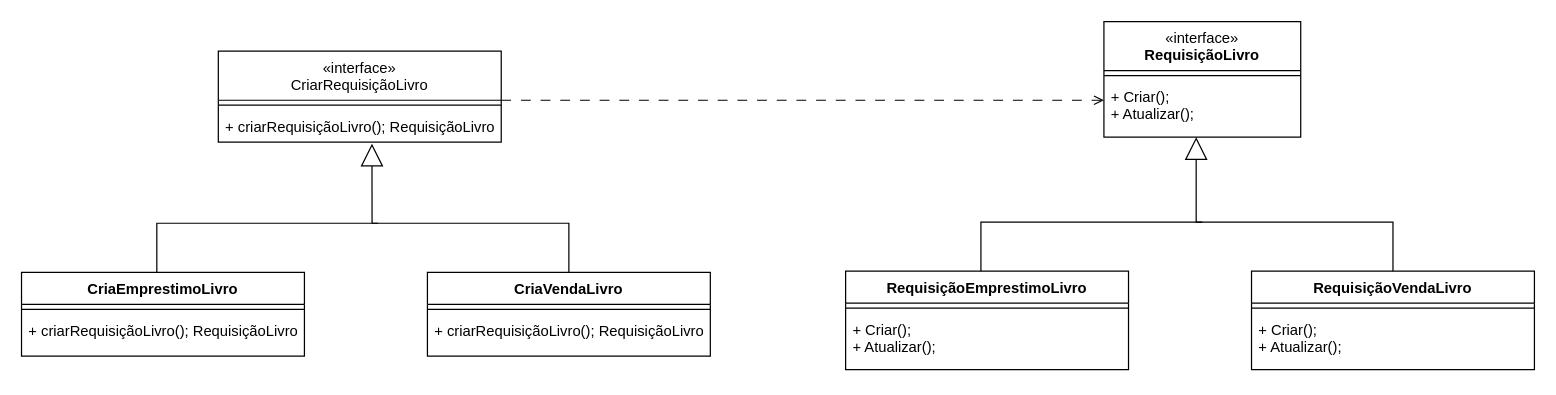
Above: Diagrama de Classes DesignPaternnUMC.drawio in TeteuzinTeixeira/DeisgnPatternUMC (draw.io), before the change. Source tidied: cells renumbered, new cells numbered last; positions are measured from the earlier drawing's top-left corner, leaving out a move shared by most shapes. Both pictures are drawn from the tidied source at 123%, with x=0, y=0 at pixel (21, 21).
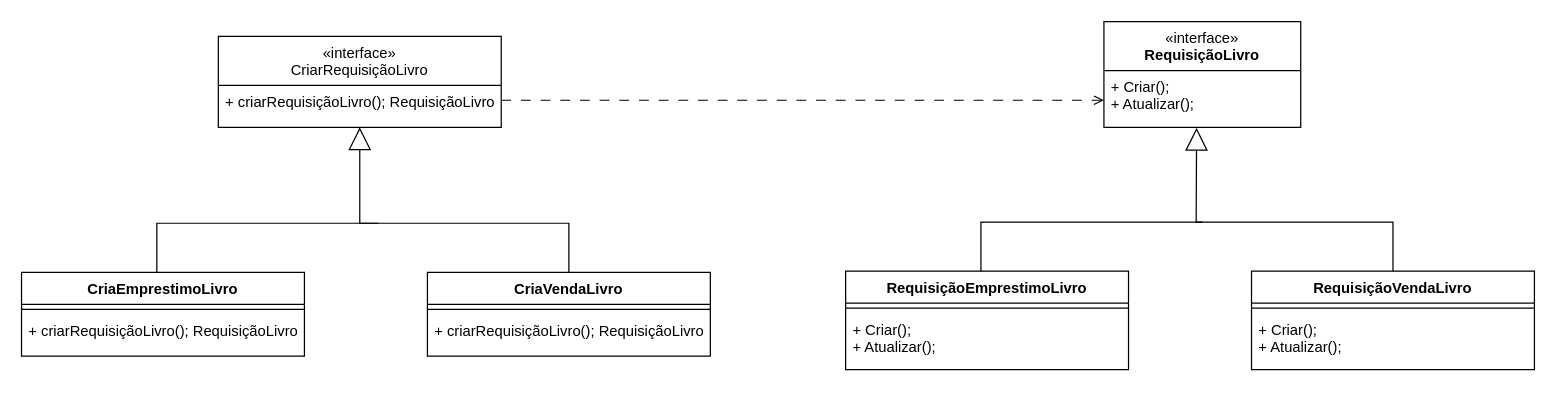
After the change.

Unchanged cells that the change refers to:
```xml
<mxCell id="12" value="CriaVendaLivro" style="swimlane;fontStyle=1;align=center;verticalAlign=top;horizontal=1;startSize=26;whiteSpace=wrap;html=1;" parent="1" vertex="1">
  <mxGeometry x="330" y="204" width="230" height="68" as="geometry" />
</mxCell>
<mxCell id="20" value="RequisiçãoVendaLivro" style="swimlane;fontStyle=1;align=center;verticalAlign=top;horizontal=1;startSize=26;whiteSpace=wrap;html=1;" parent="1" vertex="1">
  <mxGeometry x="1000" y="203" width="230" height="80" as="geometry" />
</mxCell>
```

What changed in the source:
```diff
@@
     <mxCell id="3" value="«interface»&#10;CriarRequisiçãoLivro" style="swimlane;fontStyle=0;align=center;verticalAlign=top;horizontal=1;startSize=40;rounded=0;shadow=0;strokeWidth=1;" parent="1" vertex="1">
-      <mxGeometry x="160" y="24" width="230" height="74" as="geometry" />
+      <mxGeometry x="160" y="12" width="230" height="74" as="geometry" />
     </mxCell>
-    <mxCell id="4" style="line;html=1;strokeWidth=1;align=left;verticalAlign=middle;spacingTop=-1;spacingLeft=3;spacingRight=3;labelPosition=right;" parent="3" vertex="1">
-      <mxGeometry y="40" width="230" height="8" as="geometry" />
-    </mxCell>
     <mxCell id="5" value="+ criarRequisiçãoLivro(); RequisiçãoLivro" style="text;align=left;verticalAlign=top;spacingLeft=4;spacingRight=4;overflow=hidden;points=[[0,0.5],[1,0.5]];portConstraint=eastwest;" parent="3" vertex="1">
-      <mxGeometry y="48" width="230" height="26" as="geometry" />
+      <mxGeometry y="40" width="230" height="26" as="geometry" />
     </mxCell>
     <mxCell id="6" value="&lt;span style=&quot;font-weight: 400;&quot;&gt;«interface»&lt;/span&gt;&lt;div&gt;RequisiçãoLivro&lt;/div&gt;" style="swimlane;fontStyle=1;align=center;verticalAlign=top;horizontal=1;startSize=40;whiteSpace=wrap;html=1;" parent="1" vertex="1">
-      <mxGeometry x="880" width="160" height="94" as="geometry" />
+      <mxGeometry x="880" width="160" height="86" as="geometry" />
     </mxCell>
-    <mxCell id="7" style="line;strokeWidth=1;fillColor=none;align=left;verticalAlign=middle;spacingTop=-1;spacingLeft=3;spacingRight=3;labelPosition=right;strokeColor=inherit;" parent="6" vertex="1">
-      <mxGeometry y="40" width="160" height="8" as="geometry" />
-    </mxCell>
     <mxCell id="8" value="+ Criar();&lt;div&gt;+ Atualizar();&lt;/div&gt;" style="text;strokeColor=none;fillColor=none;align=left;verticalAlign=top;spacingLeft=4;spacingRight=4;overflow=hidden;points=[[0,0.5],[1,0.5]];portConstraint=eastwest;whiteSpace=wrap;html=1;" parent="6" vertex="1">
-      <mxGeometry y="48" width="160" height="46" as="geometry" />
+      <mxGeometry y="40" width="160" height="46" as="geometry" />
     </mxCell>
@@
-    <mxCell id="15" style="endArrow=block;endSize=16;endFill=0;html=1;rounded=0;exitX=0.5;exitY=0;exitDx=0;exitDy=0;entryX=0.543;entryY=1.049;entryDx=0;entryDy=0;entryPerimeter=0;" parent="1" edge="1" source="12" target="5">
+    <mxCell id="15" style="endArrow=block;endSize=16;endFill=0;html=1;rounded=0;exitX=0.5;exitY=0;exitDx=0;exitDy=0;entryX=0.5;entryY=1;entryDx=0;entryDy=0;" parent="1" edge="1" source="12" target="3">
       <mxGeometry relative="1" as="geometry">
         <Array as="points">
           <mxPoint x="445" y="164" />
-          <mxPoint x="285" y="164" />
+          <mxPoint x="275" y="164" />
         </Array>
       </mxGeometry>
     </mxCell>
@@
-    <mxCell id="23" style="endArrow=block;endSize=16;endFill=0;html=1;rounded=0;exitX=0.5;exitY=0;exitDx=0;exitDy=0;entryX=0.543;entryY=1.049;entryDx=0;entryDy=0;entryPerimeter=0;" parent="1" edge="1" source="20">
+    <mxCell id="23" style="endArrow=block;endSize=16;endFill=0;html=1;rounded=0;exitX=0.5;exitY=0;exitDx=0;exitDy=0;entryX=0.471;entryY=1.01;entryDx=0;entryDy=0;entryPerimeter=0;" parent="1" edge="1" source="20" target="8">
       <mxGeometry relative="1" as="geometry">
-        <mxPoint x="955" y="94" as="targetPoint" />
         <Array as="points">
           <mxPoint x="1115" y="163" />
           <mxPoint x="955" y="163" />
         </Array>
       </mxGeometry>
     </mxCell>
```
